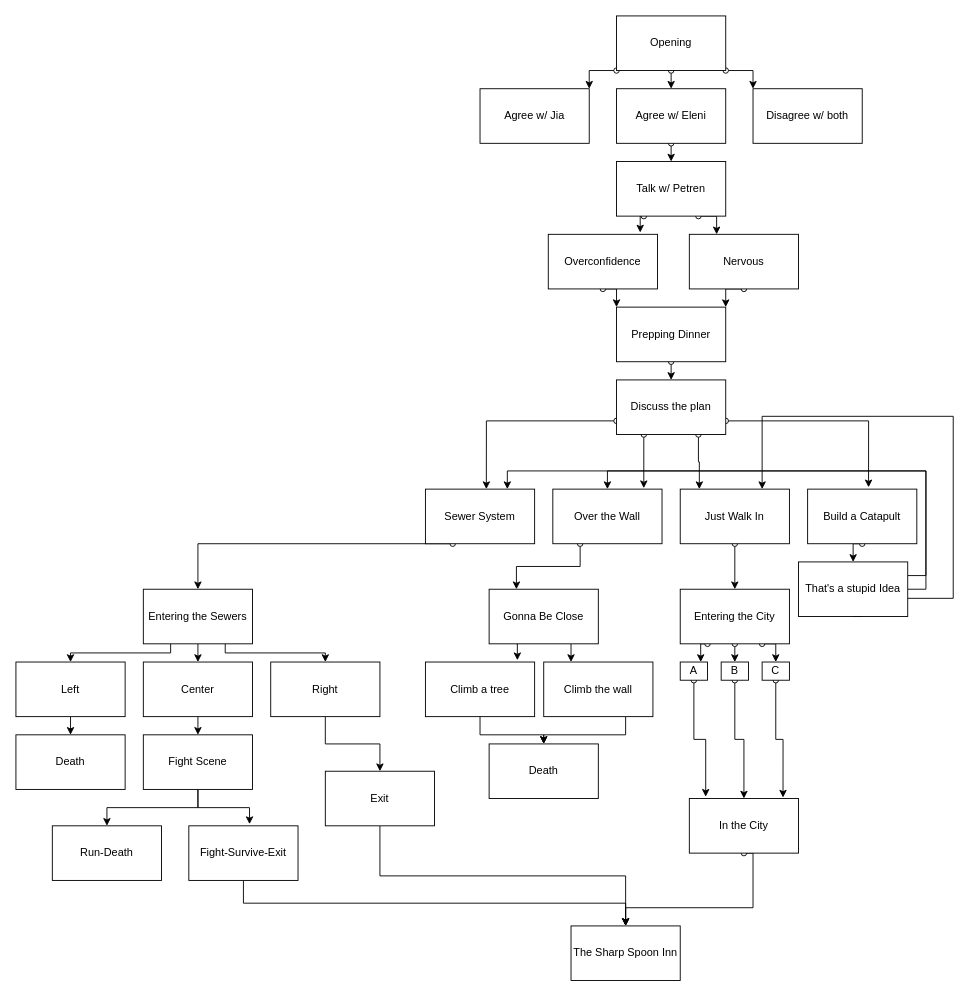
The draw.io diagram books/AEK/story_diagram/diagram.drawio in JoelNiemela/AEK, before the edit. Source tidied: cells renumbered, new cells numbered last; positions are measured from the earlier drawing's top-left corner, leaving out a move shared by most shapes. Both pictures are drawn from the tidied source at 91%, with x=0, y=0 at pixel (15, 15).
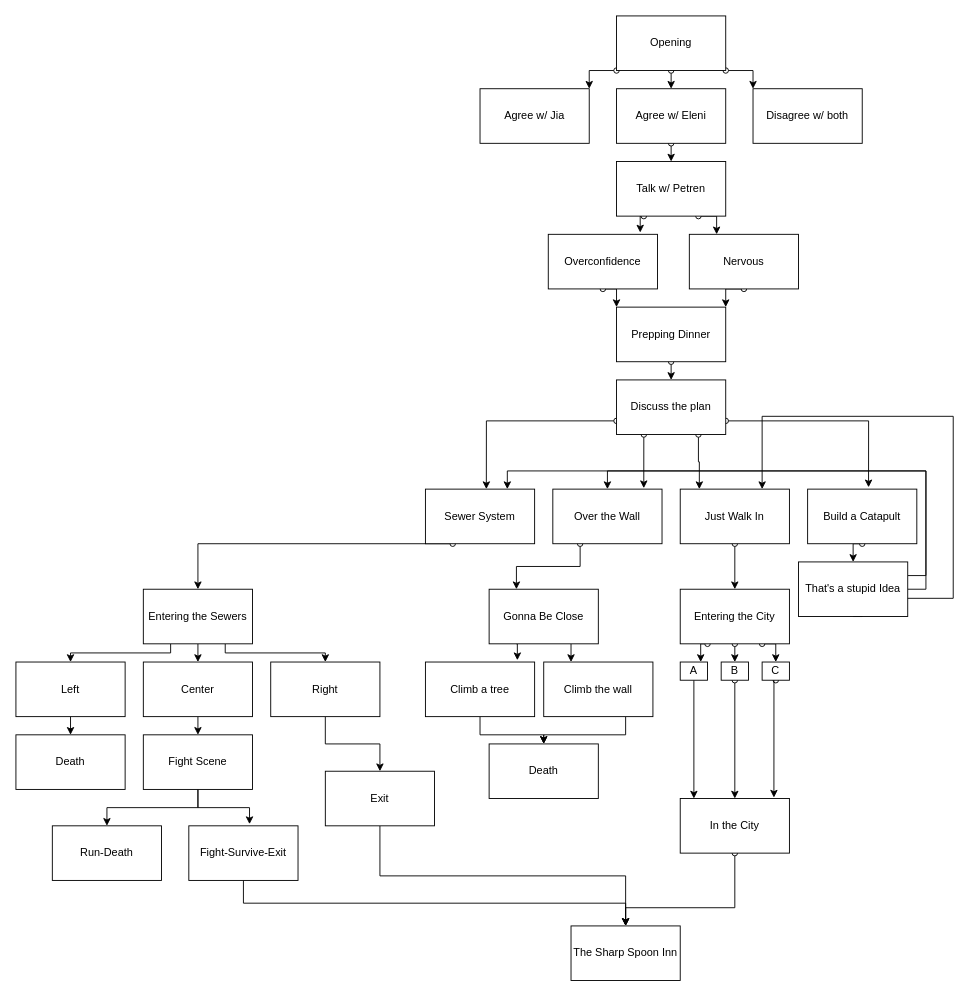
The same diagram, later.

Unchanged cells that the change refers to:
```xml
<mxCell id="49" value="The Sharp Spoon Inn" style="rounded=0;whiteSpace=wrap;html=1;" parent="1" vertex="1">
  <mxGeometry x="610" y="1000" width="120" height="60" as="geometry" />
</mxCell>
<mxCell id="51" value="A" style="rounded=0;whiteSpace=wrap;html=1;" parent="1" vertex="1">
  <mxGeometry x="730" y="710" width="30" height="20" as="geometry" />
</mxCell>
<mxCell id="55" value="C" style="rounded=0;whiteSpace=wrap;html=1;" parent="1" vertex="1">
  <mxGeometry x="820" y="710" width="30" height="20" as="geometry" />
</mxCell>
```

Change to the diagram source:
```diff
@@
-    <mxCell id="47" style="edgeStyle=orthogonalEdgeStyle;rounded=0;jettySize=auto;html=1;exitX=0.5;exitY=1;exitDx=0;exitDy=0;entryX=0.5;entryY=0;entryDx=0;entryDy=0;startArrow=oval;startFill=0;" parent="1" edge="1" source="48" target="49">
+    <mxCell id="47" style="edgeStyle=orthogonalEdgeStyle;rounded=0;jettySize=auto;html=1;entryX=0.5;entryY=0;entryDx=0;entryDy=0;startArrow=oval;startFill=0;exitX=0.5;exitY=1;exitDx=0;exitDy=0;" parent="1" edge="1" source="48" target="49">
       <mxGeometry relative="1" as="geometry">
         <Array as="points">
-          <mxPoint x="810" y="980" />
+          <mxPoint x="790" y="980" />
           <mxPoint x="670" y="980" />
         </Array>
       </mxGeometry>
     </mxCell>
     <mxCell id="48" value="In the City" style="rounded=0;whiteSpace=wrap;html=1;" parent="1" vertex="1">
-      <mxGeometry x="740" y="860" width="120" height="60" as="geometry" />
+      <mxGeometry x="730" y="860" width="120" height="60" as="geometry" />
     </mxCell>
@@
-    <mxCell id="50" style="edgeStyle=orthogonalEdgeStyle;rounded=0;jettySize=auto;html=1;exitX=0.5;exitY=1;exitDx=0;exitDy=0;entryX=0.15;entryY=-0.033;entryDx=0;entryDy=0;entryPerimeter=0;startArrow=oval;startFill=0;" parent="1" edge="1" source="51" target="48">
+    <mxCell id="50" style="edgeStyle=orthogonalEdgeStyle;rounded=0;jettySize=auto;html=1;exitX=0.5;exitY=1;exitDx=0;exitDy=0;entryX=0.125;entryY=0;entryDx=0;entryDy=0;entryPerimeter=0;" parent="1" edge="1" source="51" target="48">
       <mxGeometry relative="1" as="geometry" />
     </mxCell>
@@
     <mxCell id="54" style="edgeStyle=orthogonalEdgeStyle;rounded=0;jettySize=auto;html=1;exitX=0.5;exitY=1;exitDx=0;exitDy=0;entryX=0.858;entryY=-0.017;entryDx=0;entryDy=0;entryPerimeter=0;startArrow=oval;startFill=0;" parent="1" edge="1" source="55" target="48">
-      <mxGeometry relative="1" as="geometry" />
+      <mxGeometry relative="1" as="geometry">
+        <Array as="points">
+          <mxPoint x="833" y="730" />
+        </Array>
+      </mxGeometry>
     </mxCell>
```
